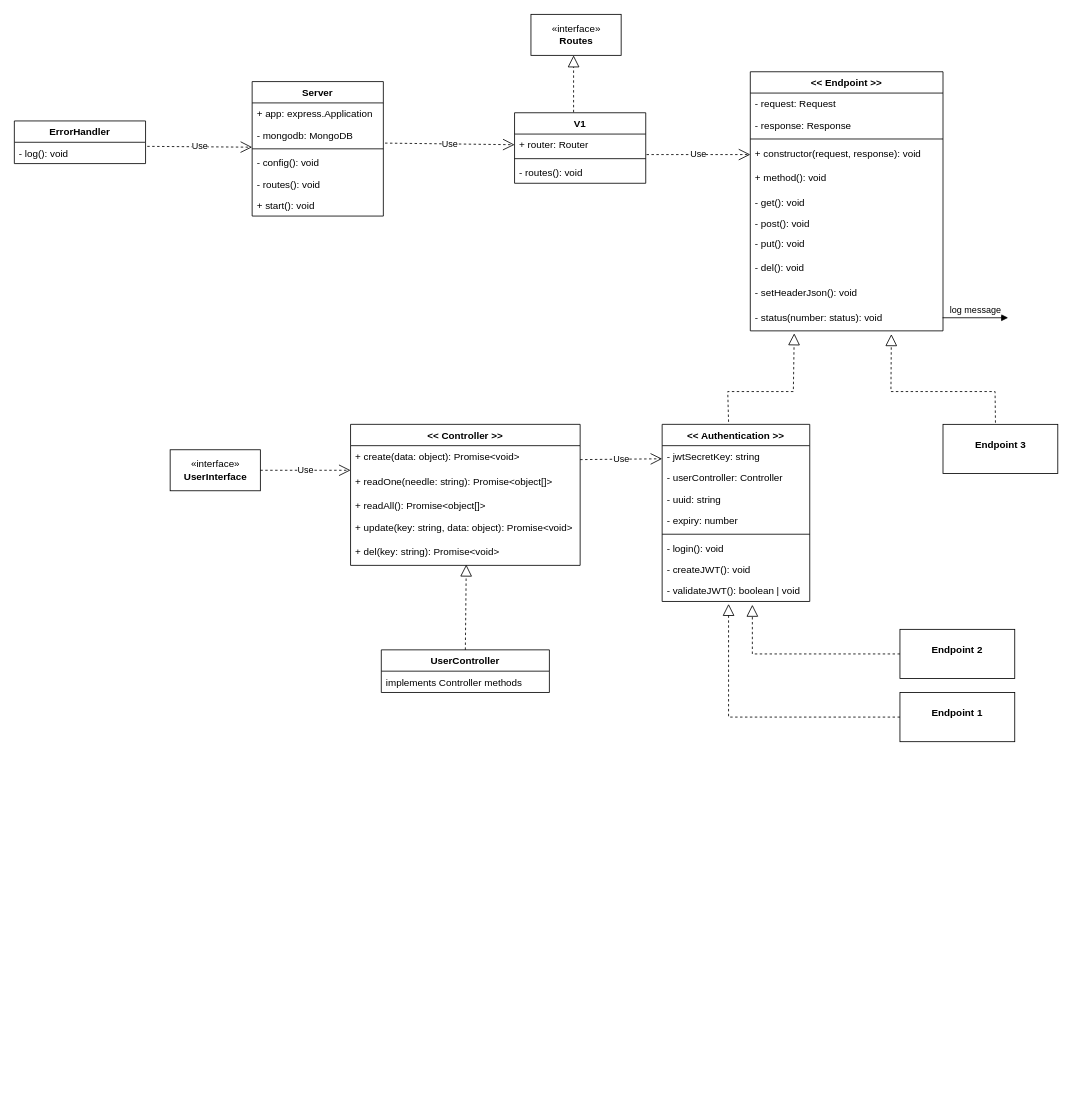
Above: docs/endpoints.drawio in syr0s/tubester-restful-api (draw.io), before the change. Source tidied: cells renumbered, new cells numbered last; positions are measured from the earlier drawing's top-left corner, leaving out a move shared by most shapes. Both pictures are drawn from the tidied source at 82%, with x=0, y=0 at pixel (14, 14).
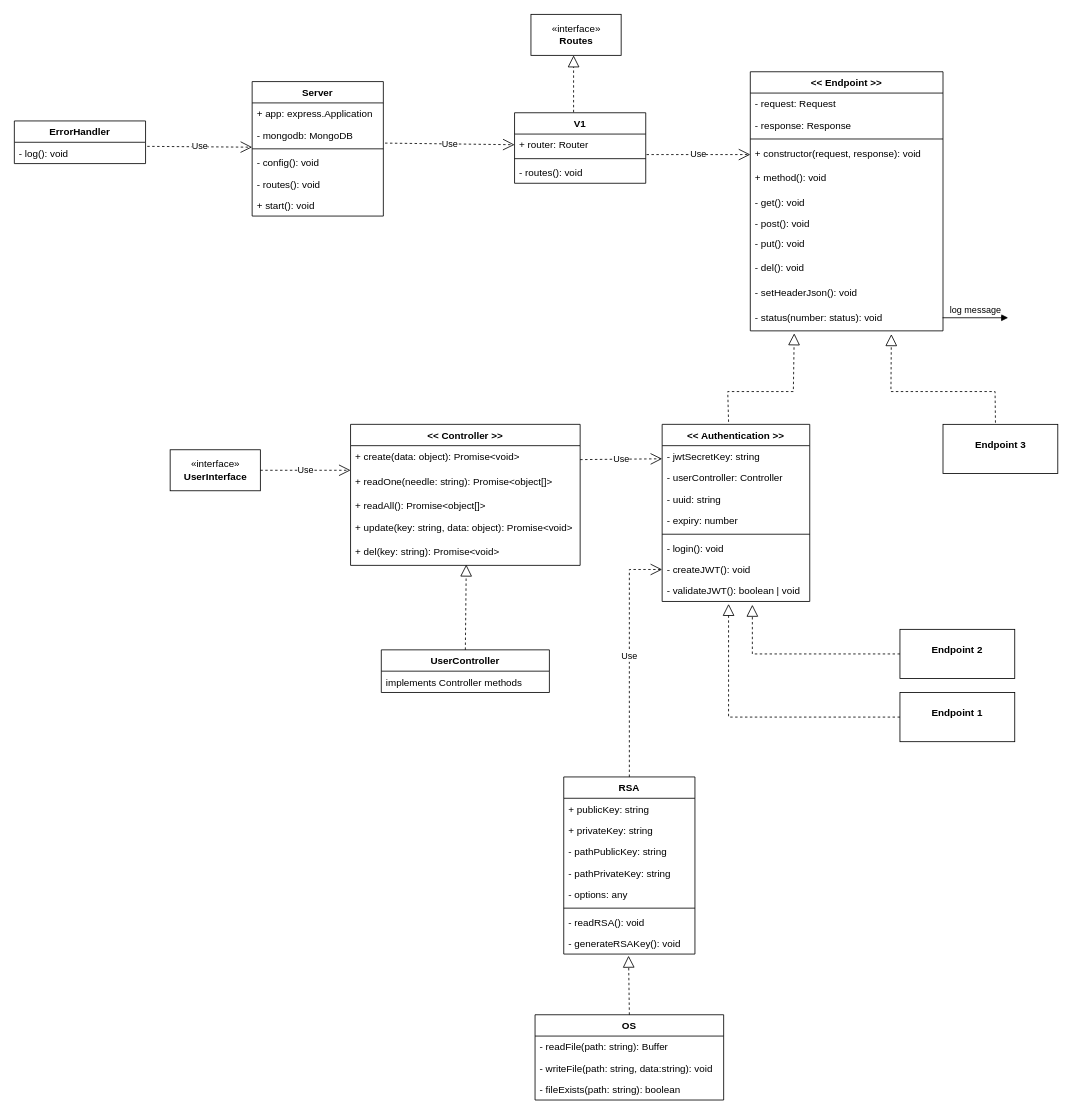
Above is the later version.

Unchanged cells that the change refers to:
```xml
<mxCell id="26" value="- createJWT(): void" style="text;strokeColor=none;fillColor=none;align=left;verticalAlign=top;spacingLeft=4;spacingRight=4;overflow=hidden;points=[[0,0.5],[1,0.5]];portConstraint=eastwest;" parent="19" vertex="1">
  <mxGeometry y="164" width="180" height="26" as="geometry" />
</mxCell>
```

The edit, as a diff of the source:
```diff
@@
+    <mxCell id="61" value="RSA" style="swimlane;fontStyle=1;align=center;verticalAlign=top;horizontal=1;startSize=26;" parent="1" vertex="1">
+      <mxGeometry x="670" y="930" width="160" height="216" as="geometry" />
+    </mxCell>
+    <mxCell id="62" value="+ publicKey: string" style="text;strokeColor=none;fillColor=none;align=left;verticalAlign=top;spacingLeft=4;spacingRight=4;overflow=hidden;" parent="61" vertex="1">
+      <mxGeometry y="26" width="160" height="26" as="geometry" />
+    </mxCell>
+    <mxCell id="63" value="+ privateKey: string" style="text;strokeColor=none;fillColor=none;align=left;verticalAlign=top;spacingLeft=4;spacingRight=4;overflow=hidden;" parent="61" vertex="1">
+      <mxGeometry y="52" width="160" height="26" as="geometry" />
+    </mxCell>
+    <mxCell id="64" value="- pathPublicKey: string" style="text;strokeColor=none;fillColor=none;align=left;verticalAlign=top;spacingLeft=4;spacingRight=4;overflow=hidden;" parent="61" vertex="1">
+      <mxGeometry y="78" width="160" height="26" as="geometry" />
+    </mxCell>
+    <mxCell id="65" value="- pathPrivateKey: string" style="text;strokeColor=none;fillColor=none;align=left;verticalAlign=top;spacingLeft=4;spacingRight=4;overflow=hidden;" parent="61" vertex="1">
+      <mxGeometry y="104" width="160" height="26" as="geometry" />
+    </mxCell>
+    <mxCell id="66" value="- options: any" style="text;strokeColor=none;fillColor=none;align=left;verticalAlign=top;spacingLeft=4;spacingRight=4;overflow=hidden;" parent="61" vertex="1">
+      <mxGeometry y="130" width="160" height="26" as="geometry" />
+    </mxCell>
+    <mxCell id="67" style="line;strokeWidth=1;fillColor=none;align=left;verticalAlign=middle;spacingTop=-1;spacingLeft=3;spacingRight=3;labelPosition=right;" parent="61" vertex="1">
+      <mxGeometry y="156" width="160" height="8" as="geometry" />
+    </mxCell>
+    <mxCell id="68" value="- readRSA(): void" style="text;strokeColor=none;fillColor=none;align=left;verticalAlign=top;spacingLeft=4;spacingRight=4;overflow=hidden;" parent="61" vertex="1">
+      <mxGeometry y="164" width="160" height="26" as="geometry" />
+    </mxCell>
+    <mxCell id="69" value="- generateRSAKey(): void" style="text;strokeColor=none;fillColor=none;align=left;verticalAlign=top;spacingLeft=4;spacingRight=4;overflow=hidden;points=[[0,0.5],[1,0.5]];portConstraint=eastwest;" parent="61" vertex="1">
+      <mxGeometry y="190" width="160" height="26" as="geometry" />
+    </mxCell>
+    <mxCell id="70" value="OS" style="swimlane;fontStyle=1;align=center;verticalAlign=top;horizontal=1;startSize=26;" parent="1" vertex="1">
+      <mxGeometry x="635" y="1220" width="230" height="104" as="geometry" />
+    </mxCell>
+    <mxCell id="71" value="- readFile(path: string): Buffer" style="text;strokeColor=none;fillColor=none;align=left;verticalAlign=top;spacingLeft=4;spacingRight=4;overflow=hidden;" parent="70" vertex="1">
+      <mxGeometry y="26" width="230" height="26" as="geometry" />
+    </mxCell>
+    <mxCell id="72" value="- writeFile(path: string, data:string): void" style="text;strokeColor=none;fillColor=none;align=left;verticalAlign=top;spacingLeft=4;spacingRight=4;overflow=hidden;" parent="70" vertex="1">
+      <mxGeometry y="52" width="230" height="26" as="geometry" />
+    </mxCell>
+    <mxCell id="73" value="- fileExists(path: string): boolean" style="text;strokeColor=none;fillColor=none;align=left;verticalAlign=top;spacingLeft=4;spacingRight=4;overflow=hidden;" parent="70" vertex="1">
+      <mxGeometry y="78" width="230" height="26" as="geometry" />
+    </mxCell>
+    <mxCell id="74" style="endArrow=block;dashed=1;endFill=0;endSize=12;html=1;rounded=0;exitX=0.5;exitY=0;exitDx=0;exitDy=0;entryX=0.494;entryY=1.077;entryDx=0;entryDy=0;entryPerimeter=0;" parent="1" edge="1" source="70" target="69">
+      <mxGeometry relative="1" as="geometry" />
+    </mxCell>
+    <mxCell id="75" value="Use" style="endArrow=open;endSize=12;dashed=1;html=1;rounded=0;exitX=0.5;exitY=0;exitDx=0;exitDy=0;entryX=0;entryY=0.5;entryDx=0;entryDy=0;" parent="1" edge="1" source="61" target="26">
+      <mxGeometry relative="1" as="geometry">
+        <Array as="points">
+          <mxPoint x="750" y="677" />
+        </Array>
+      </mxGeometry>
+    </mxCell>
```
